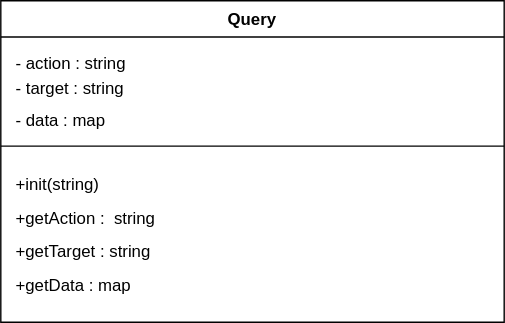
This is Storage/TeamOneFiles/query_uml.drawio.svg from MckennahPalmer/CSE430, a draw.io export, as it was before one commit. Source tidied: cells renumbered, new cells last; positions are measured from the earlier drawing's top-left corner, leaving out a move shared by most shapes. Source of this version:
```xml
<mxGraphModel>
  <root>
    <mxCell id="0" />
    <mxCell id="1" parent="0" />
    <mxCell id="2" value="Query" style="swimlane;fontStyle=1;align=center;verticalAlign=top;horizontal=1;startSize=26;whiteSpace=wrap;html=1;" parent="1" vertex="1">
      <mxGeometry width="360" height="230" as="geometry" />
    </mxCell>
    <mxCell id="3" value="- action : string&lt;div style=&quot;line-height: 190%;&quot;&gt;- target : string&lt;br&gt;&lt;div style=&quot;line-height: 190%;&quot;&gt;&lt;span style=&quot;background-color: initial;&quot;&gt;- data : map&lt;/span&gt;&lt;br&gt;&lt;/div&gt;&lt;/div&gt;" style="text;strokeColor=none;fillColor=none;align=left;verticalAlign=top;spacingLeft=4;spacingRight=4;overflow=hidden;whiteSpace=wrap;html=1;spacing=7;" parent="2" vertex="1">
      <mxGeometry y="26" width="360" height="74" as="geometry" />
    </mxCell>
    <mxCell id="4" style="line;strokeWidth=1;fillColor=none;align=left;verticalAlign=middle;spacingTop=-1;spacingLeft=3;spacingRight=3;labelPosition=right;strokeColor=inherit;" parent="2" vertex="1">
      <mxGeometry y="100" width="360" height="8" as="geometry" />
    </mxCell>
    <mxCell id="5" value="&lt;div style=&quot;line-height: 200%;&quot;&gt;+init(string)&lt;/div&gt;&lt;div style=&quot;line-height: 200%;&quot;&gt;+getAction :&amp;nbsp; string&lt;/div&gt;&lt;div style=&quot;line-height: 200%;&quot;&gt;+getTarget : string&lt;/div&gt;&lt;div style=&quot;line-height: 200%;&quot;&gt;+getData : map&lt;/div&gt;" style="text;strokeColor=none;fillColor=none;align=left;verticalAlign=top;spacingLeft=4;spacingRight=4;overflow=hidden;whiteSpace=wrap;html=1;spacingTop=0;spacingBottom=0;spacing=7;" parent="2" vertex="1">
      <mxGeometry y="108" width="360" height="122" as="geometry" />
    </mxCell>
  </root>
</mxGraphModel>
```
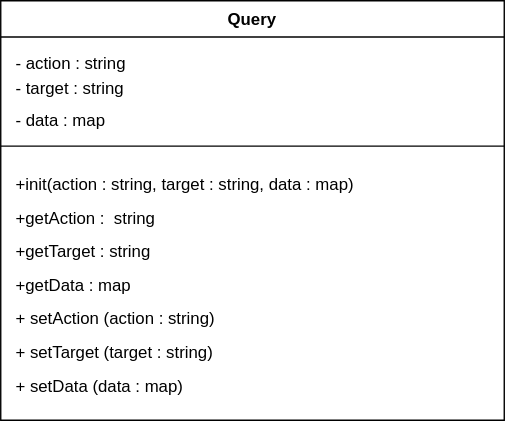
After the commit.

Commit message:
Updated query class by adding setters.

Change to the diagram source:
```diff
@@ -3,7 +3,7 @@
     <mxCell id="0" />
     <mxCell id="1" parent="0" />
     <mxCell id="2" value="Query" style="swimlane;fontStyle=1;align=center;verticalAlign=top;horizontal=1;startSize=26;whiteSpace=wrap;html=1;" parent="1" vertex="1">
-      <mxGeometry width="360" height="230" as="geometry" />
+      <mxGeometry width="360" height="300" as="geometry" />
     </mxCell>
     <mxCell id="3" value="- action : string&lt;div style=&quot;line-height: 190%;&quot;&gt;- target : string&lt;br&gt;&lt;div style=&quot;line-height: 190%;&quot;&gt;&lt;span style=&quot;background-color: initial;&quot;&gt;- data : map&lt;/span&gt;&lt;br&gt;&lt;/div&gt;&lt;/div&gt;" style="text;strokeColor=none;fillColor=none;align=left;verticalAlign=top;spacingLeft=4;spacingRight=4;overflow=hidden;whiteSpace=wrap;html=1;spacing=7;" parent="2" vertex="1">
       <mxGeometry y="26" width="360" height="74" as="geometry" />
@@ -11,8 +11,8 @@
     <mxCell id="4" style="line;strokeWidth=1;fillColor=none;align=left;verticalAlign=middle;spacingTop=-1;spacingLeft=3;spacingRight=3;labelPosition=right;strokeColor=inherit;" parent="2" vertex="1">
       <mxGeometry y="100" width="360" height="8" as="geometry" />
     </mxCell>
-    <mxCell id="5" value="&lt;div style=&quot;line-height: 200%;&quot;&gt;+init(string)&lt;/div&gt;&lt;div style=&quot;line-height: 200%;&quot;&gt;+getAction :&amp;nbsp; string&lt;/div&gt;&lt;div style=&quot;line-height: 200%;&quot;&gt;+getTarget : string&lt;/div&gt;&lt;div style=&quot;line-height: 200%;&quot;&gt;+getData : map&lt;/div&gt;" style="text;strokeColor=none;fillColor=none;align=left;verticalAlign=top;spacingLeft=4;spacingRight=4;overflow=hidden;whiteSpace=wrap;html=1;spacingTop=0;spacingBottom=0;spacing=7;" parent="2" vertex="1">
-      <mxGeometry y="108" width="360" height="122" as="geometry" />
+    <mxCell id="5" value="&lt;div style=&quot;line-height: 200%;&quot;&gt;+init(action : string, target : string, data : map)&lt;/div&gt;&lt;div style=&quot;line-height: 200%;&quot;&gt;+getAction :&amp;nbsp; string&lt;/div&gt;&lt;div style=&quot;line-height: 200%;&quot;&gt;+getTarget : string&lt;/div&gt;&lt;div style=&quot;line-height: 200%;&quot;&gt;+getData : map&lt;/div&gt;&lt;div style=&quot;line-height: 200%;&quot;&gt;+ setAction (action : string)&lt;/div&gt;&lt;div style=&quot;line-height: 200%;&quot;&gt;+ setTarget (target : string)&lt;/div&gt;&lt;div style=&quot;line-height: 200%;&quot;&gt;+ setData (data : map)&lt;/div&gt;" style="text;strokeColor=none;fillColor=none;align=left;verticalAlign=top;spacingLeft=4;spacingRight=4;overflow=hidden;whiteSpace=wrap;html=1;spacingTop=0;spacingBottom=0;spacing=7;" parent="2" vertex="1">
+      <mxGeometry y="108" width="360" height="192" as="geometry" />
     </mxCell>
   </root>
 </mxGraphModel>
```
